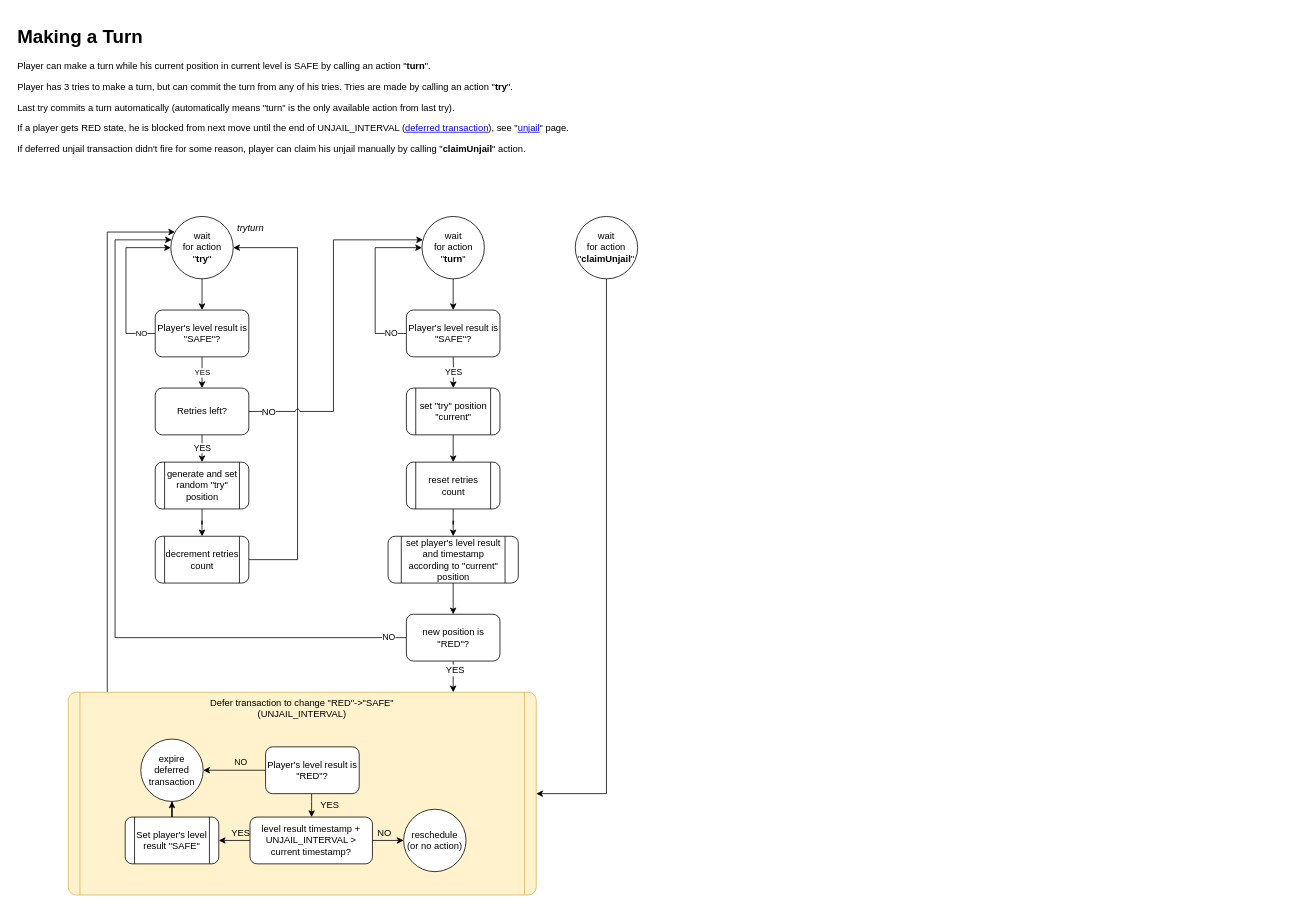
Before: page "turn" (5 of 14) of ia/WOFFLER IA.drawio in cptn-solo/woffler_contract, a draw.io diagram. Source tidied: cells renumbered, new cells numbered last; positions are measured from the earlier drawing's top-left corner, leaving out a move shared by most shapes. Both pictures are drawn from the tidied source at 78%, with x=0, y=0 at pixel (13, 21).
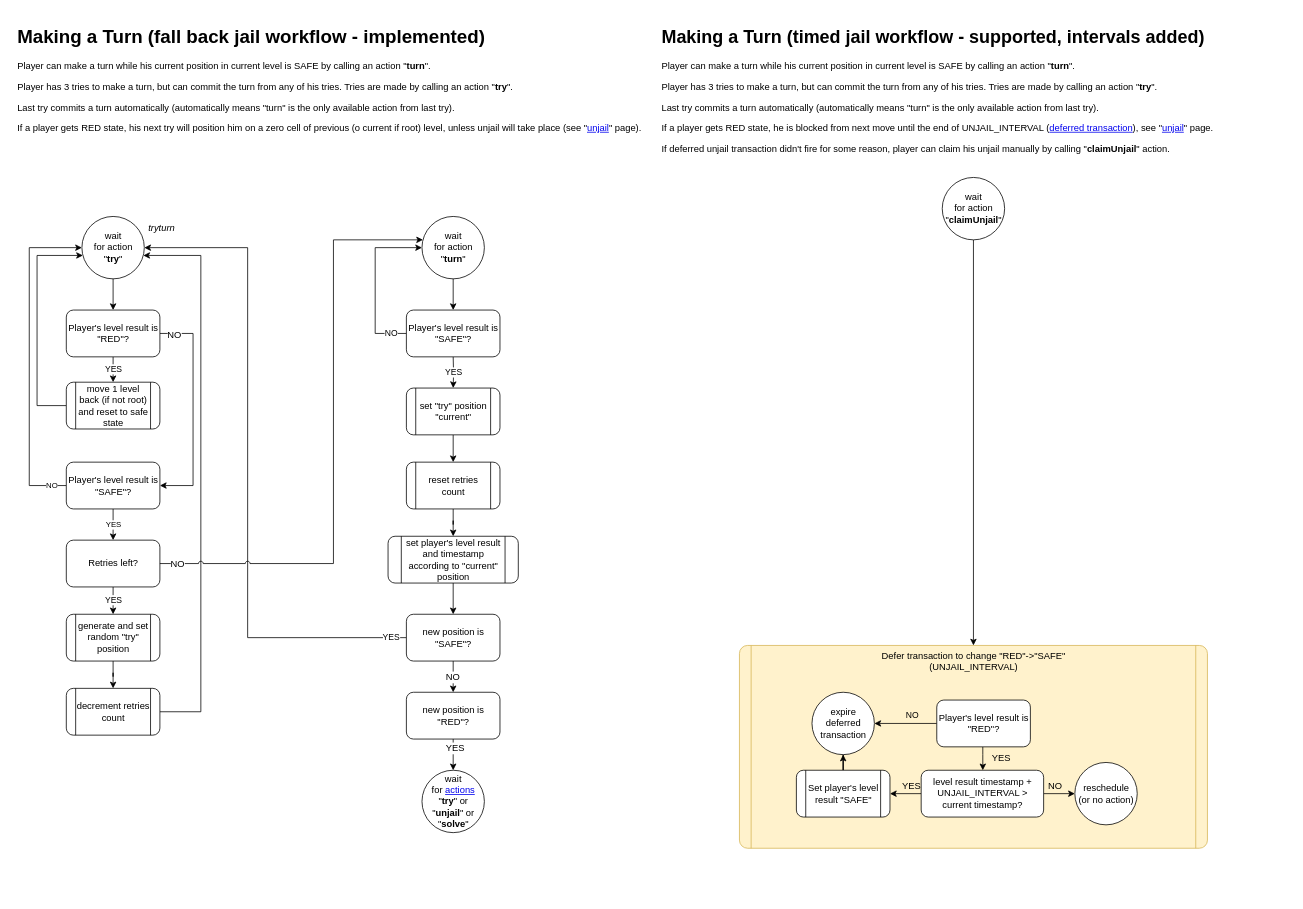
Above is the later version.

Unchanged cells that the change refers to:
```xml
<mxCell id="16" value="set player's level result and timestamp according to &quot;current&quot; position&lt;br&gt;" style="shape=process;rounded=1;whiteSpace=wrap;html=1;shadow=0;glass=0;strokeColor=#000000;align=center;" parent="1" vertex="1">
  <mxGeometry x="480" y="660" width="167" height="60" as="geometry" />
</mxCell>
<mxCell id="29" value="wait &lt;br&gt;for action&lt;br&gt;&quot;&lt;b&gt;turn&lt;/b&gt;&quot;" style="ellipse;whiteSpace=wrap;html=1;rounded=1;shadow=0;glass=0;strokeColor=#000000;fillColor=none;align=center;" parent="1" vertex="1">
  <mxGeometry x="523.5" y="250" width="80" height="80" as="geometry" />
</mxCell>
<mxCell id="33" style="edgeStyle=orthogonalEdgeStyle;rounded=0;jettySize=auto;html=1;" parent="1" edge="1" source="44" target="40">
  <mxGeometry relative="1" as="geometry" />
</mxCell>
```

Change to the diagram source:
```diff
@@
     <mxCell id="7" style="edgeStyle=orthogonalEdgeStyle;rounded=0;jettySize=auto;html=1;" parent="1" edge="1" source="8" target="27">
       <mxGeometry relative="1" as="geometry">
         <Array as="points">
-          <mxPoint x="364" y="690" />
-          <mxPoint x="364" y="290" />
+          <mxPoint x="240" y="885" />
+          <mxPoint x="240" y="300" />
         </Array>
       </mxGeometry>
     </mxCell>
     <mxCell id="8" value="decrement retries count" style="shape=process;rounded=1;whiteSpace=wrap;html=1;shadow=0;glass=0;strokeColor=#000000;align=center;rounded=1;" parent="1" vertex="1">
-      <mxGeometry x="181.5" y="660" width="120" height="60" as="geometry" />
+      <mxGeometry x="67.5" y="855" width="120" height="60" as="geometry" />
     </mxCell>
     <mxCell id="9" value="generate and set random &quot;try&quot; position" style="shape=process;rounded=1;whiteSpace=wrap;html=1;shadow=0;glass=0;strokeColor=#000000;align=center;rounded=1;" parent="1" vertex="1">
-      <mxGeometry x="181.5" y="565" width="120" height="60" as="geometry" />
+      <mxGeometry x="67.5" y="760" width="120" height="60" as="geometry" />
     </mxCell>
     <mxCell id="10" value="YES" style="edgeStyle=orthogonalEdgeStyle;rounded=0;jettySize=auto;html=1;endArrow=classic;endFill=1;fontColor=#000000;align=center;" parent="1" edge="1" source="11" target="9">
       <mxGeometry x="-0.01" relative="1" as="geometry">
         <Array as="points">
-          <mxPoint x="241.5" y="560" />
-          <mxPoint x="241.5" y="560" />
+          <mxPoint x="127.5" y="755" />
+          <mxPoint x="127.5" y="755" />
         </Array>
       </mxGeometry>
     </mxCell>
     <mxCell id="11" value="Retries left?" style="rounded=1;whiteSpace=wrap;html=1;shadow=0;glass=0;strokeColor=#000000;align=center;" parent="1" vertex="1">
-      <mxGeometry x="181.5" y="470" width="120" height="60" as="geometry" />
+      <mxGeometry x="67.5" y="665" width="120" height="60" as="geometry" />
     </mxCell>
@@
-    <mxCell id="14" value="NO" style="edgeStyle=orthogonalEdgeStyle;rounded=0;jettySize=auto;html=1;" parent="1" edge="1" source="19" target="27">
+    <mxCell id="14" value="YES" style="edgeStyle=orthogonalEdgeStyle;rounded=0;jettySize=auto;html=1;" parent="1" edge="1" source="55" target="27">
       <mxGeometry x="-0.95" relative="1" as="geometry">
         <Array as="points">
-          <mxPoint x="130" y="790" />
-          <mxPoint x="130" y="280" />
+          <mxPoint x="300" y="790" />
+          <mxPoint x="300" y="290" />
         </Array>
         <mxPoint x="1" as="offset" />
       </mxGeometry>
     </mxCell>
-    <mxCell id="15" style="edgeStyle=orthogonalEdgeStyle;rounded=0;jumpStyle=arc;jettySize=auto;html=1;" parent="1" edge="1" source="16" target="19">
+    <mxCell id="15" style="edgeStyle=orthogonalEdgeStyle;rounded=0;jumpStyle=arc;jettySize=auto;html=1;" parent="1" edge="1" source="16" target="55">
       <mxGeometry relative="1" as="geometry" />
     </mxCell>
@@
-    <mxCell id="17" style="edgeStyle=orthogonalEdgeStyle;rounded=0;jumpStyle=arc;jettySize=auto;html=1;" parent="1" edge="1" source="19" target="21">
-      <mxGeometry relative="1" as="geometry">
-        <Array as="points">
-          <mxPoint x="563" y="850" />
-          <mxPoint x="563" y="850" />
-        </Array>
-      </mxGeometry>
+    <mxCell id="17" style="edgeStyle=orthogonalEdgeStyle;rounded=0;jumpStyle=arc;jettySize=auto;html=1;" parent="1" edge="1" source="19" target="52">
+      <mxGeometry relative="1" as="geometry" />
     </mxCell>
@@
     <mxCell id="19" value="new position is &quot;RED&quot;?&lt;br&gt;" style="rounded=1;whiteSpace=wrap;html=1;shadow=0;glass=0;strokeColor=#000000;align=center;" parent="1" vertex="1">
-      <mxGeometry x="503.5" y="760" width="120" height="60" as="geometry" />
+      <mxGeometry x="503.5" y="860" width="120" height="60" as="geometry" />
     </mxCell>
-    <mxCell id="20" style="edgeStyle=orthogonalEdgeStyle;rounded=0;jumpStyle=arc;jettySize=auto;html=1;" parent="1" edge="1" source="21" target="27">
-      <mxGeometry relative="1" as="geometry">
-        <Array as="points">
-          <mxPoint x="120" y="890" />
-          <mxPoint x="120" y="270" />
-        </Array>
-      </mxGeometry>
-    </mxCell>
-    <mxCell id="21" value="Defer transaction to change &quot;RED&quot;-&amp;gt;&quot;SAFE&quot;&lt;br&gt;(UNJAIL_INTERVAL)&lt;br&gt;" style="shape=process;rounded=1;whiteSpace=wrap;html=1;shadow=0;glass=0;strokeColor=#d6b656;align=center;fillColor=#fff2cc;verticalAlign=top;arcSize=4;size=0.02465517241379312;" parent="1" vertex="1">
-      <mxGeometry x="70" y="860" width="600" height="260" as="geometry" />
-    </mxCell>
@@
     <mxCell id="23" value="NO" style="edgeStyle=orthogonalEdgeStyle;rounded=0;jumpStyle=arc;jettySize=auto;html=1;endFill=1;fontSize=10;fontColor=#000000;" parent="1" edge="1" source="24" target="27">
-      <mxGeometry x="-0.82" relative="1" as="geometry">
+      <mxGeometry x="-0.91" relative="1" as="geometry">
         <Array as="points">
-          <mxPoint x="144" y="400" />
-          <mxPoint x="144" y="290" />
+          <mxPoint x="20" y="595" />
+          <mxPoint x="20" y="290" />
         </Array>
       </mxGeometry>
     </mxCell>
     <mxCell id="24" value="Player's level result is &quot;SAFE&quot;?" style="rounded=1;whiteSpace=wrap;html=1;shadow=0;glass=0;strokeColor=#000000;align=center;" parent="1" vertex="1">
-      <mxGeometry x="181.5" y="370" width="120" height="60" as="geometry" />
+      <mxGeometry x="67.5" y="565" width="120" height="60" as="geometry" />
     </mxCell>
-    <mxCell id="25" value="&lt;h1&gt;Making a Turn&lt;/h1&gt;&lt;p&gt;Player can make a turn while his current position in current level is SAFE by calling an action &quot;&lt;b&gt;turn&lt;/b&gt;&quot;.&lt;/p&gt;&lt;p&gt;Player has 3 tries to make a turn, but can commit the turn from any of his tries. Tries are made by calling an action &quot;&lt;b&gt;try&lt;/b&gt;&quot;.&lt;/p&gt;&lt;p&gt;Last try commits a turn automatically (automatically means &quot;turn&quot; is the only available action from last try).&lt;/p&gt;&lt;p&gt;If a player gets RED state, he is blocked from next move until the end of UNJAIL_INTERVAL (&lt;a href=&quot;https://cmichel.io/deferred-transactions-on-eos/&quot;&gt;deferred transaction&lt;/a&gt;), see &quot;&lt;a href=&quot;data:page/id,JelkGK6z_K_HSlQ8lR76&quot;&gt;unjail&lt;/a&gt;&quot; page.&lt;/p&gt;&lt;p&gt;If deferred unjail transaction didn't fire for some reason, player can claim his unjail manually by calling &quot;&lt;b&gt;claimUnjail&lt;/b&gt;&quot; action.&lt;/p&gt;" style="text;html=1;strokeColor=none;fillColor=none;spacing=5;spacingTop=-20;whiteSpace=wrap;overflow=hidden;rounded=0;shadow=0;glass=0;align=left;" parent="1" vertex="1">
+    <mxCell id="25" value="&lt;h1&gt;Making a Turn (fall back jail workflow - implemented)&lt;/h1&gt;&lt;p&gt;Player can make a turn while his current position in current level is SAFE by calling an action &quot;&lt;b&gt;turn&lt;/b&gt;&quot;.&lt;/p&gt;&lt;p&gt;Player has 3 tries to make a turn, but can commit the turn from any of his tries. Tries are made by calling an action &quot;&lt;b&gt;try&lt;/b&gt;&quot;.&lt;/p&gt;&lt;p&gt;Last try commits a turn automatically (automatically means &quot;turn&quot; is the only available action from last try).&lt;/p&gt;&lt;p&gt;If a player gets RED state, his next try will position him on a zero cell of previous (o current if root) level, unless unjail will take place (see &quot;&lt;a href=&quot;data:page/id,JelkGK6z_K_HSlQ8lR76&quot;&gt;unjail&lt;/a&gt;&quot; page).&lt;/p&gt;" style="text;html=1;strokeColor=none;fillColor=none;spacing=5;spacingTop=-20;whiteSpace=wrap;overflow=hidden;rounded=0;shadow=0;glass=0;align=left;" parent="1" vertex="1">
       <mxGeometry width="810" height="220" as="geometry" />
     </mxCell>
-    <mxCell id="26" style="edgeStyle=orthogonalEdgeStyle;rounded=0;jumpStyle=arc;jettySize=auto;html=1;endFill=1;fontSize=10;fontColor=#000000;" parent="1" edge="1" source="27" target="24">
+    <mxCell id="26" style="edgeStyle=orthogonalEdgeStyle;rounded=0;jumpStyle=arc;jettySize=auto;html=1;endFill=1;fontSize=10;fontColor=#000000;" parent="1" edge="1" source="27" target="59">
       <mxGeometry relative="1" as="geometry" />
     </mxCell>
     <mxCell id="27" value="wait &lt;br&gt;for action&lt;br&gt;&quot;&lt;b&gt;try&lt;/b&gt;&quot;" style="ellipse;whiteSpace=wrap;html=1;rounded=1;shadow=0;glass=0;strokeColor=#000000;fillColor=none;align=center;" parent="1" vertex="1">
-      <mxGeometry x="201.5" y="250" width="80" height="80" as="geometry" />
+      <mxGeometry x="87.5" y="250" width="80" height="80" as="geometry" />
     </mxCell>
@@
     <mxCell id="31" style="edgeStyle=orthogonalEdgeStyle;rounded=0;jettySize=auto;html=1;endArrow=classic;endFill=1;fontColor=#FF0000;align=center;jumpStyle=arc;" parent="1" edge="1" source="11" target="29">
       <mxGeometry relative="1" as="geometry">
         <Array as="points">
-          <mxPoint x="410" y="500" />
+          <mxPoint x="410" y="695" />
           <mxPoint x="410" y="280" />
         </Array>
       </mxGeometry>
     </mxCell>
     <mxCell id="32" value="NO" style="text;html=1;align=center;verticalAlign=middle;labelBackgroundColor=#ffffff;fontColor=#000000;" parent="31" vertex="1">
       <mxGeometry x="-0.9" y="-1" relative="1" as="geometry">
-        <mxPoint x="2.5" y="-1" as="offset" />
+        <mxPoint x="-16" y="-1" as="offset" />
       </mxGeometry>
     </mxCell>
+    <mxCell id="48" value="&lt;div&gt;&lt;span&gt;&lt;i&gt;tryturn&lt;/i&gt;&lt;/span&gt;&lt;/div&gt;" style="text;html=1;align=left;verticalAlign=top;spacingTop=-4;" parent="1" vertex="1">
+      <mxGeometry x="171" y="255" width="50" height="20" as="geometry" />
+    </mxCell>
+    <mxCell id="49" value="&lt;h1&gt;&lt;span style=&quot;font-size: 23px&quot;&gt;Making a Turn (timed jail workflow - supported, intervals added&lt;/span&gt;&lt;span style=&quot;font-size: 23px&quot;&gt;)&lt;/span&gt;&lt;/h1&gt;&lt;p&gt;Player can make a turn while his current position in current level is SAFE by calling an action &quot;&lt;b&gt;turn&lt;/b&gt;&quot;.&lt;/p&gt;&lt;p&gt;Player has 3 tries to make a turn, but can commit the turn from any of his tries. Tries are made by calling an action &quot;&lt;b&gt;try&lt;/b&gt;&quot;.&lt;/p&gt;&lt;p&gt;Last try commits a turn automatically (automatically means &quot;turn&quot; is the only available action from last try).&lt;/p&gt;&lt;p&gt;If a player gets RED state, he is blocked from next move until the end of UNJAIL_INTERVAL (&lt;a href=&quot;https://cmichel.io/deferred-transactions-on-eos/&quot;&gt;deferred transaction&lt;/a&gt;), see &quot;&lt;a href=&quot;data:page/id,JelkGK6z_K_HSlQ8lR76&quot;&gt;unjail&lt;/a&gt;&quot; page.&lt;/p&gt;&lt;p&gt;If deferred unjail transaction didn't fire for some reason, player can claim his unjail manually by calling &quot;&lt;b&gt;claimUnjail&lt;/b&gt;&quot; action.&lt;/p&gt;" style="text;html=1;strokeColor=none;fillColor=none;spacing=5;spacingTop=-20;whiteSpace=wrap;overflow=hidden;rounded=0;shadow=0;glass=0;align=left;" parent="1" vertex="1">
+      <mxGeometry x="825.5" width="810" height="220" as="geometry" />
+    </mxCell>
+    <mxCell id="21" value="Defer transaction to change &quot;RED&quot;-&amp;gt;&quot;SAFE&quot;&lt;br&gt;(UNJAIL_INTERVAL)&lt;br&gt;" style="shape=process;rounded=1;whiteSpace=wrap;html=1;shadow=0;glass=0;strokeColor=#d6b656;align=center;fillColor=#fff2cc;verticalAlign=top;arcSize=4;size=0.02465517241379312;" parent="1" vertex="1">
+      <mxGeometry x="930.5" y="800" width="600" height="260" as="geometry" />
+    </mxCell>
@@
-    <mxCell id="34" value="YES" style="text;html=1;align=center;verticalAlign=middle;labelBackgroundColor=none;" parent="33" vertex="1">
-      <mxGeometry x="-0.19" y="-1" relative="1" as="geometry">
-        <mxPoint x="3" y="-9" as="offset" />
-      </mxGeometry>
-    </mxCell>
+    <mxCell id="50" value="YES" style="text;html=1;align=center;verticalAlign=middle;labelBackgroundColor=none;" parent="33" vertex="1">
+      <mxGeometry x="-0.19" y="-1" relative="1" as="geometry">
+        <mxPoint x="3" y="-9" as="offset" />
+      </mxGeometry>
+    </mxCell>
@@
     <mxCell id="36" style="edgeStyle=orthogonalEdgeStyle;rounded=0;jettySize=auto;html=1;labelBackgroundColor=none;" parent="1" edge="1" source="38" target="44">
       <mxGeometry relative="1" as="geometry">
         <Array as="points">
-          <mxPoint x="382" y="1000" />
-          <mxPoint x="382" y="1000" />
+          <mxPoint x="1242.5" y="940" />
+          <mxPoint x="1242.5" y="940" />
         </Array>
       </mxGeometry>
     </mxCell>
-    <mxCell id="37" value="YES" style="text;html=1;align=center;verticalAlign=middle;labelBackgroundColor=none;" parent="36" vertex="1">
-      <mxGeometry x="-0.19" y="-1" relative="1" as="geometry">
-        <mxPoint x="23.5" y="2.5" as="offset" />
-      </mxGeometry>
-    </mxCell>
+    <mxCell id="51" value="YES" style="text;html=1;align=center;verticalAlign=middle;labelBackgroundColor=none;" parent="36" vertex="1">
+      <mxGeometry x="-0.19" y="-1" relative="1" as="geometry">
+        <mxPoint x="23.5" y="2.5" as="offset" />
+      </mxGeometry>
+    </mxCell>
     <mxCell id="38" value="Player's level result is &quot;RED&quot;?&lt;br&gt;" style="rounded=1;whiteSpace=wrap;html=1;shadow=0;glass=0;strokeColor=#000000;align=center;" parent="1" vertex="1">
-      <mxGeometry x="323" y="930" width="120" height="60" as="geometry" />
+      <mxGeometry x="1183.5" y="870" width="120" height="60" as="geometry" />
     </mxCell>
@@
     <mxCell id="40" value="Set player's level result &quot;SAFE&quot;&lt;br&gt;" style="shape=process;rounded=1;whiteSpace=wrap;html=1;shadow=0;glass=0;strokeColor=#000000;align=center;" parent="1" vertex="1">
-      <mxGeometry x="143" y="1020" width="120" height="60" as="geometry" />
+      <mxGeometry x="1003.5" y="960" width="120" height="60" as="geometry" />
     </mxCell>
     <mxCell id="41" value="expire deferred transaction" style="ellipse;whiteSpace=wrap;html=1;rounded=1;shadow=0;glass=0;align=center;labelBackgroundColor=none;" parent="1" vertex="1">
-      <mxGeometry x="163" y="920" width="80" height="80" as="geometry" />
+      <mxGeometry x="1023.5" y="860" width="80" height="80" as="geometry" />
     </mxCell>
@@
     <mxCell id="44" value="level result timestamp + UNJAIL_INTERVAL &amp;gt; current timestamp?&lt;br&gt;" style="rounded=1;whiteSpace=wrap;html=1;shadow=0;glass=0;strokeColor=#000000;align=center;" parent="1" vertex="1">
-      <mxGeometry x="303" y="1020" width="157" height="60" as="geometry" />
+      <mxGeometry x="1163.5" y="960" width="157" height="60" as="geometry" />
     </mxCell>
     <mxCell id="45" value="reschedule &lt;br&gt;(or no action)" style="ellipse;whiteSpace=wrap;html=1;rounded=1;shadow=0;glass=0;align=center;labelBackgroundColor=none;" parent="1" vertex="1">
-      <mxGeometry x="500" y="1010" width="80" height="80" as="geometry" />
+      <mxGeometry x="1360.5" y="950" width="80" height="80" as="geometry" />
     </mxCell>
     <mxCell id="46" style="edgeStyle=orthogonalEdgeStyle;rounded=0;jettySize=auto;html=1;fontSize=11;fontColor=#000000;" parent="1" edge="1" source="47" target="21">
-      <mxGeometry relative="1" as="geometry">
-        <Array as="points">
-          <mxPoint x="760" y="990" />
-        </Array>
-      </mxGeometry>
+      <mxGeometry relative="1" as="geometry" />
     </mxCell>
     <mxCell id="47" value="wait &lt;br&gt;for action&lt;br&gt;&quot;&lt;b&gt;claimUnjail&lt;/b&gt;&quot;&lt;br&gt;" style="ellipse;whiteSpace=wrap;html=1;rounded=1;shadow=0;glass=0;align=center;labelBackgroundColor=none;" parent="1" vertex="1">
-      <mxGeometry x="720" y="250" width="80" height="80" as="geometry" />
+      <mxGeometry x="1190.5" y="200" width="80" height="80" as="geometry" />
     </mxCell>
-    <mxCell id="48" value="&lt;div&gt;&lt;span&gt;&lt;i&gt;tryturn&lt;/i&gt;&lt;/span&gt;&lt;/div&gt;" style="text;html=1;align=left;verticalAlign=top;spacingTop=-4;" parent="1" vertex="1">
-      <mxGeometry x="285" y="255" width="50" height="20" as="geometry" />
-    </mxCell>
+    <mxCell id="52" value="wait &lt;br&gt;for &lt;a href=&quot;data:page/id,JelkGK6z_K_HSlQ8lR76&quot;&gt;actions&lt;/a&gt;&lt;br&gt;&quot;&lt;b&gt;try&lt;/b&gt;&quot; or &quot;&lt;b&gt;unjail&lt;/b&gt;&quot; or &quot;&lt;b&gt;solve&lt;/b&gt;&quot;" style="ellipse;whiteSpace=wrap;html=1;rounded=1;shadow=0;glass=0;strokeColor=#000000;fillColor=none;align=center;" parent="1" vertex="1">
+      <mxGeometry x="523.5" y="960" width="80" height="80" as="geometry" />
+    </mxCell>
+    <mxCell id="53" style="edgeStyle=orthogonalEdgeStyle;rounded=0;jettySize=auto;html=1;" parent="1" edge="1" source="55" target="19">
+      <mxGeometry relative="1" as="geometry" />
+    </mxCell>
+    <mxCell id="54" value="NO" style="text;html=1;align=center;verticalAlign=middle;labelBackgroundColor=#ffffff;" parent="53" vertex="1">
+      <mxGeometry y="-1" relative="1" as="geometry" />
+    </mxCell>
+    <mxCell id="55" value="new position is &quot;SAFE&quot;?&lt;br&gt;" style="rounded=1;whiteSpace=wrap;html=1;shadow=0;glass=0;strokeColor=#000000;align=center;" parent="1" vertex="1">
+      <mxGeometry x="503.5" y="760" width="120" height="60" as="geometry" />
+    </mxCell>
+    <mxCell id="56" value="YES" style="edgeStyle=orthogonalEdgeStyle;rounded=0;jettySize=auto;html=1;" parent="1" edge="1" source="59" target="61">
+      <mxGeometry relative="1" as="geometry" />
+    </mxCell>
+    <mxCell id="57" style="edgeStyle=orthogonalEdgeStyle;rounded=0;jettySize=auto;html=1;" parent="1" edge="1" source="59" target="24">
+      <mxGeometry relative="1" as="geometry">
+        <Array as="points">
+          <mxPoint x="230" y="400" />
+          <mxPoint x="230" y="595" />
+        </Array>
+      </mxGeometry>
+    </mxCell>
+    <mxCell id="58" value="NO" style="text;html=1;align=center;verticalAlign=middle;labelBackgroundColor=#ffffff;" parent="57" vertex="1">
+      <mxGeometry x="-0.87" y="-1" relative="1" as="geometry" />
+    </mxCell>
+    <mxCell id="59" value="Player's level result is &quot;RED&quot;?" style="rounded=1;whiteSpace=wrap;html=1;shadow=0;glass=0;strokeColor=#000000;align=center;" parent="1" vertex="1">
+      <mxGeometry x="67.5" y="370" width="120" height="60" as="geometry" />
+    </mxCell>
+    <mxCell id="60" style="edgeStyle=orthogonalEdgeStyle;rounded=0;jettySize=auto;html=1;" parent="1" edge="1" source="61" target="27">
+      <mxGeometry relative="1" as="geometry">
+        <Array as="points">
+          <mxPoint x="30" y="492" />
+          <mxPoint x="30" y="300" />
+        </Array>
+      </mxGeometry>
+    </mxCell>
+    <mxCell id="61" value="move 1 level back (if not root) and reset to safe state" style="shape=process;rounded=1;whiteSpace=wrap;html=1;shadow=0;glass=0;strokeColor=#000000;align=center;" parent="1" vertex="1">
+      <mxGeometry x="67.5" y="462.5" width="120" height="60" as="geometry" />
+    </mxCell>
```
